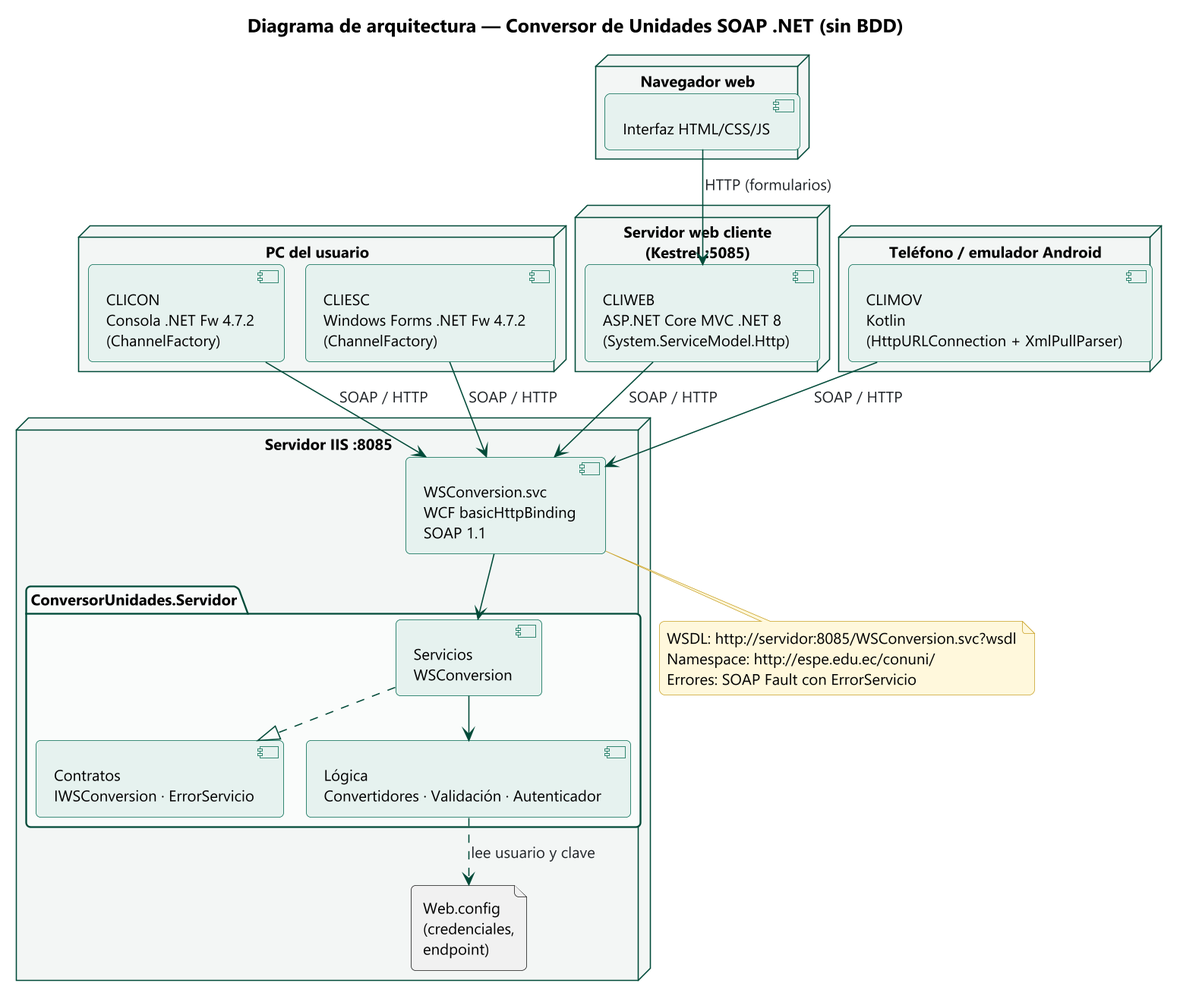
Above: 01. UML/03. DIAGRAMAS/05_ARQUITECTURA/DArq_Conversor_Unidades.png in jsmasapanta/TI.1.2-PAO202651_SOAP_DOTNET_SINBDD_NRC36884_GR01 (PlantUML), before the change.
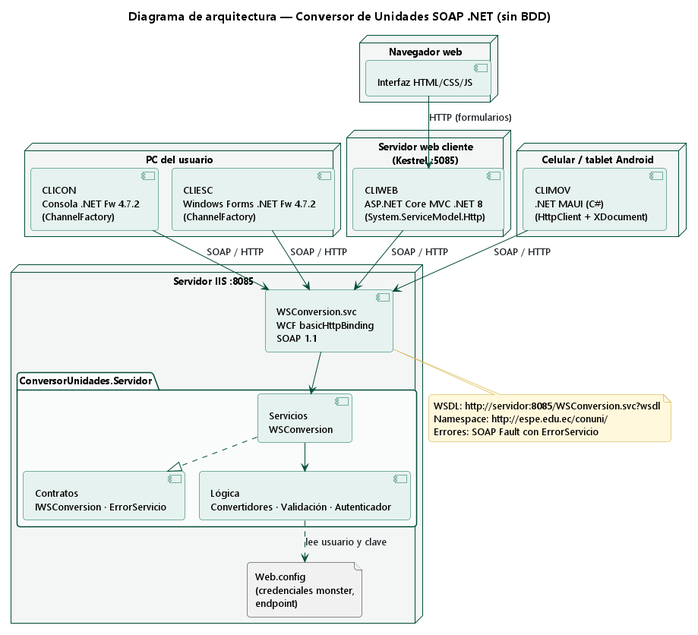
The same file after the commit.

Diff of the diagram source:
```diff
@@ -1,5 +1,4 @@
 @startuml DArq_Conversor_Unidades
-skinparamlocked dpi 150
 !include ../_estilo.iuml
 title Diagrama de arquitectura — Conversor de Unidades SOAP .NET (sin BDD)
 
@@ -16,8 +15,8 @@
   component "CLIWEB\nASP.NET Core MVC .NET 8\n(System.ServiceModel.Http)" as CLIWEB
 }
 
-node "Teléfono / emulador Android" {
-  component "CLIMOV\nKotlin\n(HttpURLConnection + XmlPullParser)" as CLIMOV
+node "Celular / tablet Android" {
+  component "CLIMOV\n.NET MAUI (C#)\n(HttpClient + XDocument)" as CLIMOV
 }
 
 node "Servidor IIS :8085" {
@@ -27,7 +26,7 @@
     component "Servicios\nWSConversion" as SERV
     component "Lógica\nConvertidores · Validación · Autenticador" as LOG
   }
-  file "Web.config\n(credenciales,\nendpoint)" as CFG
+  file "Web.config\n(credenciales monster,\nendpoint)" as CFG
 }
 
 HTML --> CLIWEB : HTTP (formularios)
```
